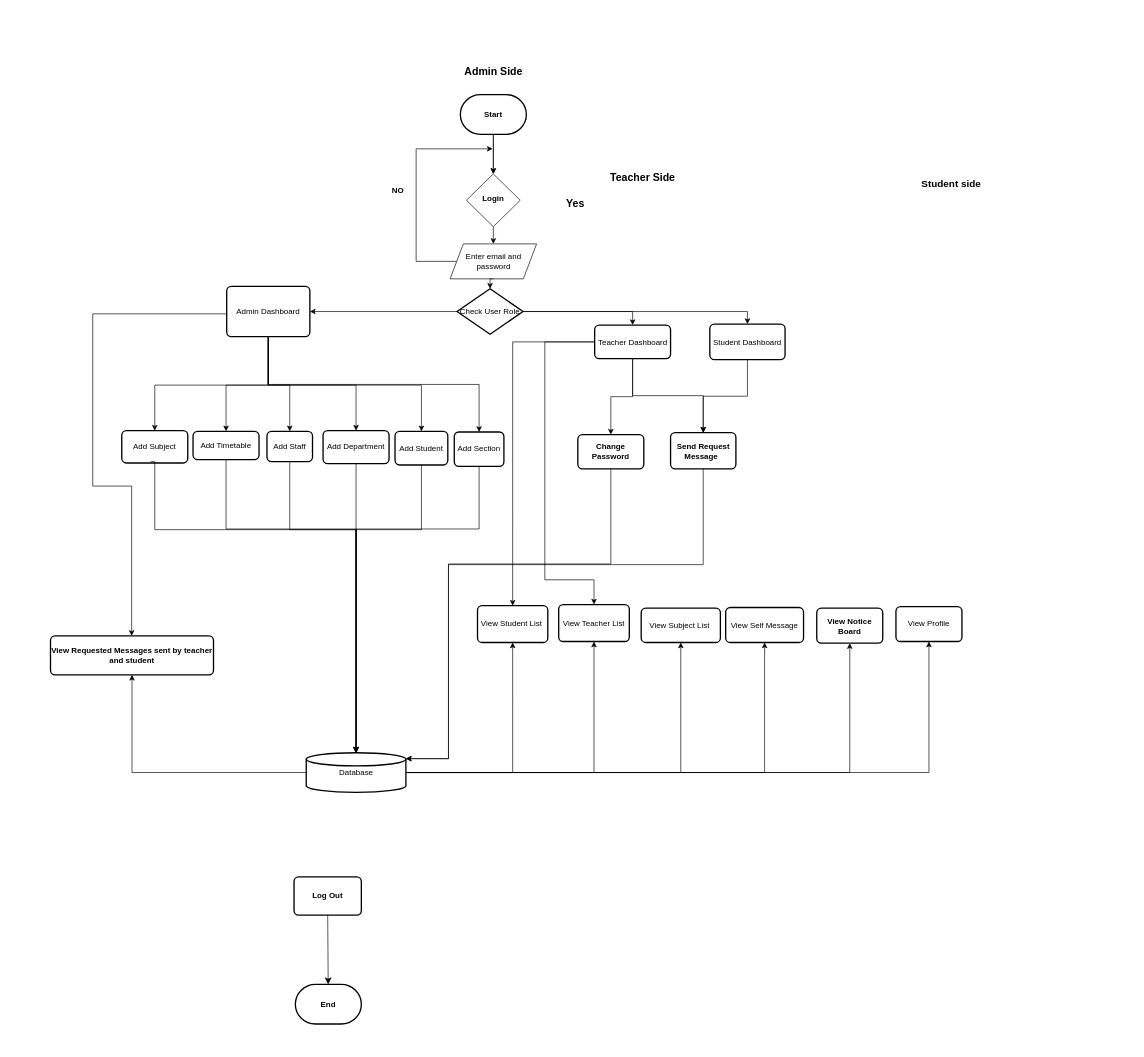
Before: Untitled Diagram.drawio in KhunMaungNgwee/InternShipProject, a draw.io diagram. Source tidied: cells renumbered, new cells numbered last; positions are measured from the earlier drawing's top-left corner, leaving out a move shared by most shapes. Both pictures are drawn from the tidied source at 66%, with x=0, y=0 at pixel (50, 61).
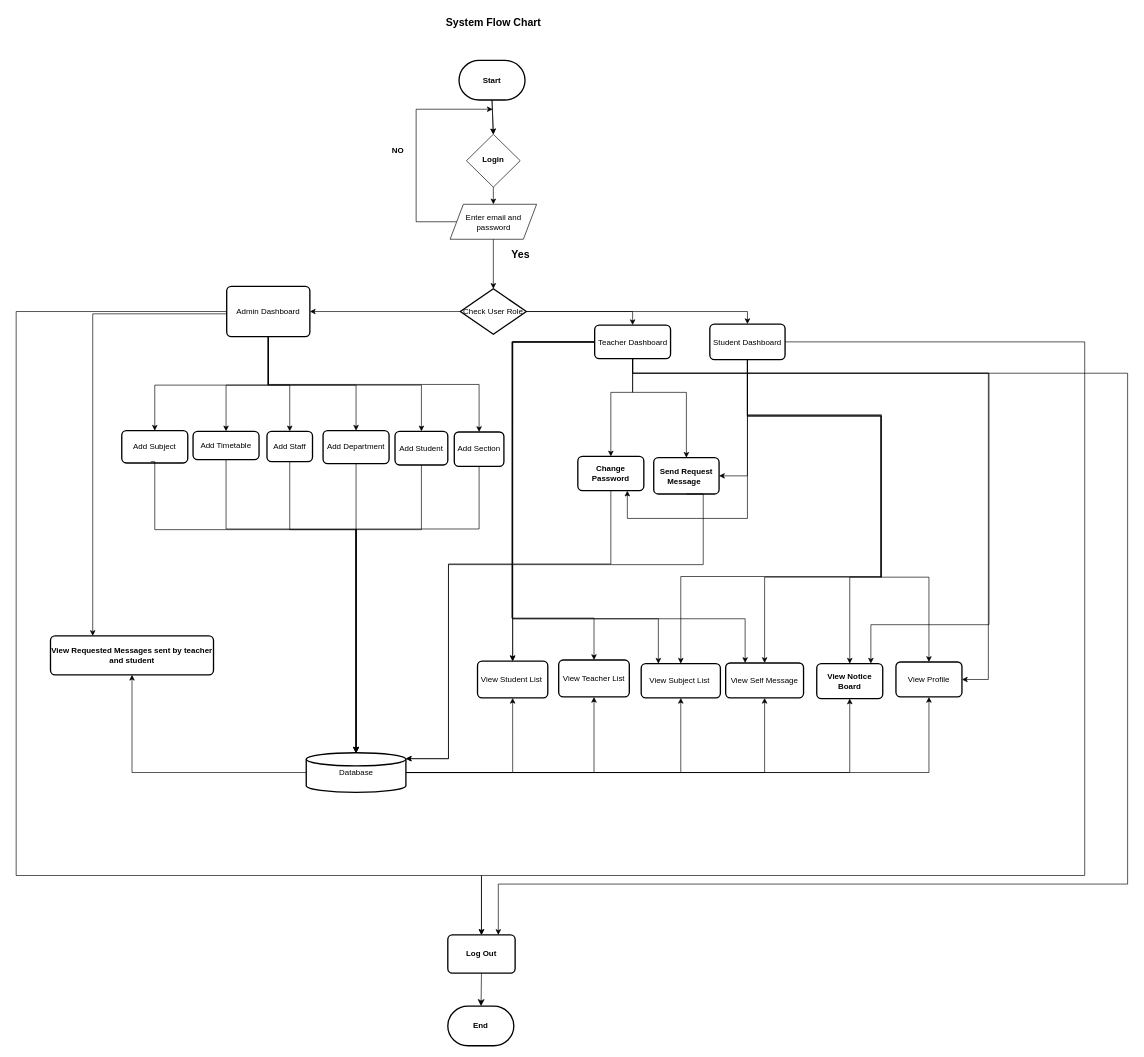
Above is the later version.

Unchanged cells that the change refers to:
```xml
<mxCell id="14" value="&lt;div&gt;&lt;b&gt;View Requested Messages sent by teacher and student&lt;/b&gt;&lt;/div&gt;" style="rounded=1;whiteSpace=wrap;html=1;absoluteArcSize=1;arcSize=14;strokeWidth=2;" parent="1" vertex="1">
  <mxGeometry y="871" width="247" height="59" as="geometry" />
</mxCell>
<mxCell id="53" value="Admin Dashboard" style="rounded=1;whiteSpace=wrap;html=1;absoluteArcSize=1;arcSize=14;strokeWidth=2;" parent="1" vertex="1">
  <mxGeometry x="267" y="341.5" width="126" height="76" as="geometry" />
</mxCell>
<mxCell id="58" value="Teacher Dashboard" style="rounded=1;whiteSpace=wrap;html=1;absoluteArcSize=1;arcSize=14;strokeWidth=2;" parent="1" vertex="1">
  <mxGeometry x="824.5" y="400" width="115" height="51" as="geometry" />
</mxCell>
<mxCell id="60" value="Student Dashboard" style="rounded=1;whiteSpace=wrap;html=1;absoluteArcSize=1;arcSize=14;strokeWidth=2;" parent="1" vertex="1">
  <mxGeometry x="999" y="398.5" width="114" height="54" as="geometry" />
</mxCell>
```

Change to the diagram source:
```diff
@@
     <mxCell id="2" value="&lt;b&gt;View &lt;/b&gt;&lt;b style=&quot;background-color: initial;&quot;&gt;Notice Board&lt;/b&gt;" style="rounded=1;whiteSpace=wrap;html=1;absoluteArcSize=1;arcSize=14;strokeWidth=2;" parent="1" vertex="1">
-      <mxGeometry x="1161" y="829" width="100" height="53" as="geometry" />
+      <mxGeometry x="1161" y="913" width="100" height="53" as="geometry" />
     </mxCell>
-    <mxCell id="3" value="Student side" style="text;strokeColor=none;align=center;fillColor=none;html=1;verticalAlign=middle;whiteSpace=wrap;rounded=0;fontSize=15;fontStyle=1;" parent="1" vertex="1">
-      <mxGeometry x="1290" y="171" width="150" height="30" as="geometry" />
-    </mxCell>
     <mxCell id="4" value="&lt;b&gt;Send Request Message&amp;nbsp;&amp;nbsp;&lt;/b&gt;" style="rounded=1;whiteSpace=wrap;html=1;absoluteArcSize=1;arcSize=14;strokeWidth=2;" parent="1" vertex="1">
-      <mxGeometry x="939.5" y="563" width="99" height="55" as="geometry" />
+      <mxGeometry x="914" y="601" width="99" height="55" as="geometry" />
     </mxCell>
-    <mxCell id="5" value="&lt;b&gt;Teacher Side&lt;/b&gt;" style="text;html=1;align=center;verticalAlign=middle;strokeColor=none;fillColor=none;fontSize=16;" parent="1" vertex="1">
-      <mxGeometry x="837" y="161" width="120" height="30" as="geometry" />
-    </mxCell>
-    <mxCell id="6" value="&lt;b&gt;Admin Side&lt;/b&gt;" style="text;html=1;align=center;verticalAlign=middle;strokeColor=none;fillColor=none;fontSize=16;" parent="1" vertex="1">
-      <mxGeometry x="616" width="110" height="30" as="geometry" />
+    <mxCell id="6" value="&lt;b&gt;System Flow Chart&lt;/b&gt;" style="text;html=1;align=center;verticalAlign=middle;strokeColor=none;fillColor=none;fontSize=16;" parent="1" vertex="1">
+      <mxGeometry x="590" y="-75" width="162" height="31" as="geometry" />
     </mxCell>
     <mxCell id="7" value="&lt;b&gt;Start&lt;/b&gt;" style="strokeWidth=2;html=1;shape=mxgraph.flowchart.terminator;whiteSpace=wrap;" parent="1" vertex="1">
-      <mxGeometry x="621" y="51" width="100" height="60" as="geometry" />
+      <mxGeometry x="619" y="-1" width="100" height="60" as="geometry" />
     </mxCell>
     <mxCell id="8" style="edgeStyle=elbowEdgeStyle;rounded=0;jettySize=auto;html=1;exitX=0;exitY=0.5;exitDx=0;exitDy=0;" parent="1" edge="1" source="18">
       <mxGeometry relative="1" as="geometry">
-        <mxPoint x="670" y="133" as="targetPoint" />
+        <mxPoint x="670" y="73" as="targetPoint" />
         <Array as="points">
-          <mxPoint x="554" y="204" />
+          <mxPoint x="554" y="144" />
         </Array>
       </mxGeometry>
     </mxCell>
@@
     <mxCell id="11" value="&lt;b&gt;Login&lt;/b&gt;" style="rhombus;whiteSpace=wrap;html=1;shadow=0;fontFamily=Helvetica;fontSize=12;align=center;strokeWidth=1;spacing=6;spacingTop=-4;" parent="1" vertex="1">
-      <mxGeometry x="630.2" y="171" width="81.5" height="80" as="geometry" />
+      <mxGeometry x="630.2" y="111" width="81.5" height="80" as="geometry" />
     </mxCell>
     <mxCell id="12" value="&lt;b&gt;NO&lt;/b&gt;" style="text;html=1;align=center;verticalAlign=middle;strokeColor=none;fillColor=none;" parent="1" vertex="1">
-      <mxGeometry x="506" y="181" width="40" height="30" as="geometry" />
+      <mxGeometry x="506" y="121" width="40" height="30" as="geometry" />
     </mxCell>
     <mxCell id="13" value="&lt;b&gt;Yes&lt;/b&gt;" style="text;html=1;align=center;verticalAlign=middle;strokeColor=none;fillColor=none;fontSize=16;" parent="1" vertex="1">
-      <mxGeometry x="770" y="201" width="50" height="30" as="geometry" />
+      <mxGeometry x="686.5" y="278" width="50" height="30" as="geometry" />
     </mxCell>
@@
     <mxCell id="15" value="&lt;b&gt;End&lt;/b&gt;" style="strokeWidth=2;html=1;shape=mxgraph.flowchart.terminator;whiteSpace=wrap;" parent="1" vertex="1">
-      <mxGeometry x="371" y="1399" width="100" height="60" as="geometry" />
+      <mxGeometry x="602" y="1432" width="100" height="60" as="geometry" />
     </mxCell>
     <mxCell id="16" value="&lt;b&gt;Log Out&lt;/b&gt;" style="rounded=1;whiteSpace=wrap;html=1;absoluteArcSize=1;arcSize=14;strokeWidth=2;" parent="1" vertex="1">
-      <mxGeometry x="369" y="1236" width="102" height="58" as="geometry" />
+      <mxGeometry x="602" y="1324" width="102" height="58" as="geometry" />
     </mxCell>
@@
     <mxCell id="18" value="Enter email and password" style="shape=parallelogram;perimeter=parallelogramPerimeter;whiteSpace=wrap;html=1;fixedSize=1;" parent="1" vertex="1">
-      <mxGeometry x="605.5" y="277" width="131" height="53" as="geometry" />
+      <mxGeometry x="605.5" y="217" width="131" height="53" as="geometry" />
     </mxCell>
@@
     <mxCell id="22" value="&lt;b&gt;Change Password&lt;/b&gt;" style="rounded=1;whiteSpace=wrap;html=1;absoluteArcSize=1;arcSize=14;strokeWidth=2;" parent="1" vertex="1">
-      <mxGeometry x="799" y="566" width="100" height="52" as="geometry" />
+      <mxGeometry x="799" y="599" width="100" height="52" as="geometry" />
     </mxCell>
@@
     <mxCell id="35" value="View Student List&amp;nbsp;" style="rounded=1;whiteSpace=wrap;html=1;absoluteArcSize=1;arcSize=14;strokeWidth=2;" parent="1" vertex="1">
-      <mxGeometry x="647" y="825.2" width="106.5" height="55.8" as="geometry" />
+      <mxGeometry x="647" y="909.2" width="106.5" height="55.8" as="geometry" />
     </mxCell>
     <mxCell id="36" value="View Teacher List" style="rounded=1;whiteSpace=wrap;html=1;absoluteArcSize=1;arcSize=14;strokeWidth=2;" parent="1" vertex="1">
-      <mxGeometry x="770" y="823.5" width="107" height="56" as="geometry" />
+      <mxGeometry x="770" y="907.5" width="107" height="56" as="geometry" />
     </mxCell>
@@
     <mxCell id="48" value="View Subject List&amp;nbsp;" style="rounded=1;whiteSpace=wrap;html=1;absoluteArcSize=1;arcSize=14;strokeWidth=2;" parent="1" vertex="1">
-      <mxGeometry x="895" y="829" width="120" height="52" as="geometry" />
+      <mxGeometry x="895" y="913" width="120" height="52" as="geometry" />
     </mxCell>
     <mxCell id="49" value="View Self Message" style="rounded=1;whiteSpace=wrap;html=1;absoluteArcSize=1;arcSize=14;strokeWidth=2;" parent="1" vertex="1">
-      <mxGeometry x="1023" y="828" width="118" height="53" as="geometry" />
+      <mxGeometry x="1023" y="912" width="118" height="53" as="geometry" />
     </mxCell>
     <mxCell id="50" value="View Profile" style="rounded=1;whiteSpace=wrap;html=1;absoluteArcSize=1;arcSize=14;strokeWidth=2;" parent="1" vertex="1">
-      <mxGeometry x="1281" y="826.5" width="100" height="53" as="geometry" />
+      <mxGeometry x="1281" y="910.5" width="100" height="53" as="geometry" />
     </mxCell>
@@
     <mxCell id="52" style="edgeStyle=orthogonalEdgeStyle;rounded=0;jettySize=auto;html=1;exitX=0;exitY=0.5;exitDx=0;exitDy=0;" parent="1" edge="1" source="53" target="14">
       <mxGeometry relative="1" as="geometry">
         <Array as="points">
           <mxPoint x="267" y="383" />
           <mxPoint x="64" y="383" />
-          <mxPoint x="64" y="644" />
-          <mxPoint x="123" y="644" />
         </Array>
       </mxGeometry>
     </mxCell>
+    <mxCell id="68" style="edgeStyle=orthogonalEdgeStyle;rounded=0;jettySize=auto;html=1;exitX=0;exitY=0.5;exitDx=0;exitDy=0;" parent="1" edge="1" source="53" target="16">
+      <mxGeometry relative="1" as="geometry">
+        <Array as="points">
+          <mxPoint x="-52" y="380" />
+          <mxPoint x="-52" y="1234" />
+          <mxPoint x="653" y="1234" />
+        </Array>
+      </mxGeometry>
+    </mxCell>
@@
     <mxCell id="54" style="edgeStyle=orthogonalEdgeStyle;rounded=0;jettySize=auto;html=1;exitX=0.5;exitY=1;exitDx=0;exitDy=0;entryX=0.5;entryY=0;entryDx=0;entryDy=0;" parent="1" edge="1" source="58" target="4">
-      <mxGeometry relative="1" as="geometry" />
+      <mxGeometry relative="1" as="geometry">
+        <Array as="points">
+          <mxPoint x="882" y="502" />
+          <mxPoint x="964" y="502" />
+        </Array>
+      </mxGeometry>
     </mxCell>
@@
     <mxCell id="56" style="edgeStyle=orthogonalEdgeStyle;rounded=0;jettySize=auto;html=1;exitX=0;exitY=0.5;exitDx=0;exitDy=0;entryX=0.5;entryY=0;entryDx=0;entryDy=0;" parent="1" edge="1" source="58" target="36">
       <mxGeometry relative="1" as="geometry">
         <Array as="points">
-          <mxPoint x="749" y="425" />
-          <mxPoint x="749" y="786" />
-          <mxPoint x="823" y="786" />
+          <mxPoint x="699" y="426" />
+          <mxPoint x="699" y="844" />
+          <mxPoint x="824" y="844" />
         </Array>
       </mxGeometry>
     </mxCell>
     <mxCell id="57" style="edgeStyle=orthogonalEdgeStyle;rounded=0;jettySize=auto;html=1;exitX=0.5;exitY=1;exitDx=0;exitDy=0;" parent="1" edge="1" source="58" target="22">
-      <mxGeometry relative="1" as="geometry" />
+      <mxGeometry relative="1" as="geometry">
+        <Array as="points">
+          <mxPoint x="882" y="502" />
+          <mxPoint x="849" y="502" />
+        </Array>
+      </mxGeometry>
     </mxCell>
+    <mxCell id="69" style="edgeStyle=orthogonalEdgeStyle;rounded=0;jettySize=auto;html=1;exitX=0.5;exitY=1;exitDx=0;exitDy=0;entryX=1;entryY=0.5;entryDx=0;entryDy=0;" parent="1" edge="1" source="58" target="50">
+      <mxGeometry relative="1" as="geometry">
+        <Array as="points">
+          <mxPoint x="882" y="473" />
+          <mxPoint x="1421" y="473" />
+          <mxPoint x="1421" y="937" />
+        </Array>
+      </mxGeometry>
+    </mxCell>
+    <mxCell id="70" style="edgeStyle=orthogonalEdgeStyle;rounded=0;jettySize=auto;html=1;exitX=0.5;exitY=1;exitDx=0;exitDy=0;entryX=0.5;entryY=0;entryDx=0;entryDy=0;" parent="1" edge="1" source="58" target="35">
+      <mxGeometry relative="1" as="geometry">
+        <Array as="points">
+          <mxPoint x="882" y="426" />
+          <mxPoint x="700" y="426" />
+        </Array>
+      </mxGeometry>
+    </mxCell>
+    <mxCell id="71" style="edgeStyle=orthogonalEdgeStyle;rounded=0;jettySize=auto;html=1;exitX=0;exitY=0.5;exitDx=0;exitDy=0;" parent="1" edge="1" source="58" target="48">
+      <mxGeometry relative="1" as="geometry">
+        <Array as="points">
+          <mxPoint x="700" y="426" />
+          <mxPoint x="700" y="845" />
+          <mxPoint x="921" y="845" />
+        </Array>
+      </mxGeometry>
+    </mxCell>
+    <mxCell id="72" style="edgeStyle=orthogonalEdgeStyle;rounded=0;jettySize=auto;html=1;exitX=0;exitY=0.5;exitDx=0;exitDy=0;entryX=0.25;entryY=0;entryDx=0;entryDy=0;" parent="1" edge="1" source="58" target="49">
+      <mxGeometry relative="1" as="geometry">
+        <Array as="points">
+          <mxPoint x="700" y="426" />
+          <mxPoint x="700" y="845" />
+          <mxPoint x="1053" y="845" />
+        </Array>
+      </mxGeometry>
+    </mxCell>
+    <mxCell id="73" style="edgeStyle=orthogonalEdgeStyle;rounded=0;jettySize=auto;html=1;exitX=0.5;exitY=1;exitDx=0;exitDy=0;entryX=0.75;entryY=0;entryDx=0;entryDy=0;" parent="1" edge="1" source="58" target="16">
+      <mxGeometry relative="1" as="geometry">
+        <Array as="points">
+          <mxPoint x="882" y="473" />
+          <mxPoint x="1632" y="473" />
+          <mxPoint x="1632" y="1247" />
+          <mxPoint x="679" y="1247" />
+        </Array>
+      </mxGeometry>
+    </mxCell>
@@
-    <mxCell id="59" style="edgeStyle=orthogonalEdgeStyle;rounded=0;jettySize=auto;html=1;exitX=0.5;exitY=1;exitDx=0;exitDy=0;entryX=0.5;entryY=0;entryDx=0;entryDy=0;" parent="1" edge="1" source="60" target="4">
-      <mxGeometry relative="1" as="geometry" />
+    <mxCell id="59" style="edgeStyle=orthogonalEdgeStyle;rounded=0;jettySize=auto;html=1;exitX=0.5;exitY=1;exitDx=0;exitDy=0;entryX=1;entryY=0.5;entryDx=0;entryDy=0;" parent="1" edge="1" source="60" target="4">
+      <mxGeometry relative="1" as="geometry">
+        <Array as="points">
+          <mxPoint x="1056" y="629" />
+        </Array>
+      </mxGeometry>
     </mxCell>
+    <mxCell id="74" style="edgeStyle=orthogonalEdgeStyle;rounded=0;jettySize=auto;html=1;exitX=0.5;exitY=1;exitDx=0;exitDy=0;" parent="1" edge="1" source="60" target="48">
+      <mxGeometry relative="1" as="geometry">
+        <Array as="points">
+          <mxPoint x="1056" y="538" />
+          <mxPoint x="1259" y="538" />
+          <mxPoint x="1259" y="781" />
+          <mxPoint x="955" y="781" />
+        </Array>
+      </mxGeometry>
+    </mxCell>
+    <mxCell id="75" style="edgeStyle=orthogonalEdgeStyle;rounded=0;jettySize=auto;html=1;exitX=0.5;exitY=1;exitDx=0;exitDy=0;entryX=0.5;entryY=0;entryDx=0;entryDy=0;" parent="1" edge="1" source="60" target="49">
+      <mxGeometry relative="1" as="geometry">
+        <Array as="points">
+          <mxPoint x="1056" y="538" />
+          <mxPoint x="1258" y="538" />
+          <mxPoint x="1258" y="782" />
+          <mxPoint x="1082" y="782" />
+        </Array>
+      </mxGeometry>
+    </mxCell>
+    <mxCell id="76" style="edgeStyle=orthogonalEdgeStyle;rounded=0;jettySize=auto;html=1;exitX=0.5;exitY=1;exitDx=0;exitDy=0;entryX=0.5;entryY=0;entryDx=0;entryDy=0;" parent="1" edge="1" source="60" target="2">
+      <mxGeometry relative="1" as="geometry">
+        <Array as="points">
+          <mxPoint x="1056" y="536" />
+          <mxPoint x="1259" y="536" />
+          <mxPoint x="1259" y="782" />
+          <mxPoint x="1211" y="782" />
+        </Array>
+      </mxGeometry>
+    </mxCell>
+    <mxCell id="77" style="edgeStyle=orthogonalEdgeStyle;rounded=0;jettySize=auto;html=1;exitX=0.5;exitY=1;exitDx=0;exitDy=0;entryX=0.5;entryY=0;entryDx=0;entryDy=0;" parent="1" edge="1" source="60" target="50">
+      <mxGeometry relative="1" as="geometry">
+        <Array as="points">
+          <mxPoint x="1056" y="537" />
+          <mxPoint x="1258" y="537" />
+          <mxPoint x="1258" y="782" />
+          <mxPoint x="1331" y="782" />
+        </Array>
+      </mxGeometry>
+    </mxCell>
+    <mxCell id="78" style="edgeStyle=orthogonalEdgeStyle;rounded=0;jettySize=auto;html=1;exitX=0.5;exitY=1;exitDx=0;exitDy=0;entryX=0.75;entryY=1;entryDx=0;entryDy=0;" parent="1" edge="1" source="60" target="22">
+      <mxGeometry relative="1" as="geometry">
+        <Array as="points">
+          <mxPoint x="1056" y="693" />
+          <mxPoint x="874" y="693" />
+        </Array>
+      </mxGeometry>
+    </mxCell>
+    <mxCell id="79" style="edgeStyle=orthogonalEdgeStyle;rounded=0;jettySize=auto;html=1;exitX=1;exitY=0.5;exitDx=0;exitDy=0;" parent="1" edge="1" source="60" target="16">
+      <mxGeometry relative="1" as="geometry">
+        <Array as="points">
+          <mxPoint x="1567" y="426" />
+          <mxPoint x="1567" y="1234" />
+          <mxPoint x="653" y="1234" />
+        </Array>
+      </mxGeometry>
+    </mxCell>
@@
     <mxCell id="63" value="Check User Role" style="strokeWidth=2;html=1;shape=mxgraph.flowchart.decision;whiteSpace=wrap;" parent="1" vertex="1">
-      <mxGeometry x="616" y="345" width="100" height="69" as="geometry" />
+      <mxGeometry x="621" y="345" width="100" height="69" as="geometry" />
     </mxCell>
-    <mxCell id="64" style="edgeStyle=orthogonalEdgeStyle;rounded=0;jettySize=auto;html=1;exitX=0.5;exitY=1;exitDx=0;exitDy=0;entryX=0.5;entryY=0;entryDx=0;entryDy=0;entryPerimeter=0;" parent="1" edge="1" source="18" target="63">
+    <mxCell id="64" style="edgeStyle=orthogonalEdgeStyle;rounded=0;jettySize=auto;html=1;exitX=0.5;exitY=1;exitDx=0;exitDy=0;" parent="1" edge="1" source="18" target="63">
       <mxGeometry relative="1" as="geometry" />
     </mxCell>
@@
+    <mxCell id="80" style="edgeStyle=orthogonalEdgeStyle;rounded=0;jettySize=auto;html=1;exitX=0.5;exitY=1;exitDx=0;exitDy=0;entryX=0.82;entryY=-0.001;entryDx=0;entryDy=0;entryPerimeter=0;" parent="1" edge="1" source="58" target="2">
+      <mxGeometry relative="1" as="geometry">
+        <Array as="points">
+          <mxPoint x="882" y="473" />
+          <mxPoint x="1422" y="473" />
+          <mxPoint x="1422" y="854" />
+          <mxPoint x="1243" y="854" />
+        </Array>
+      </mxGeometry>
+    </mxCell>
```
